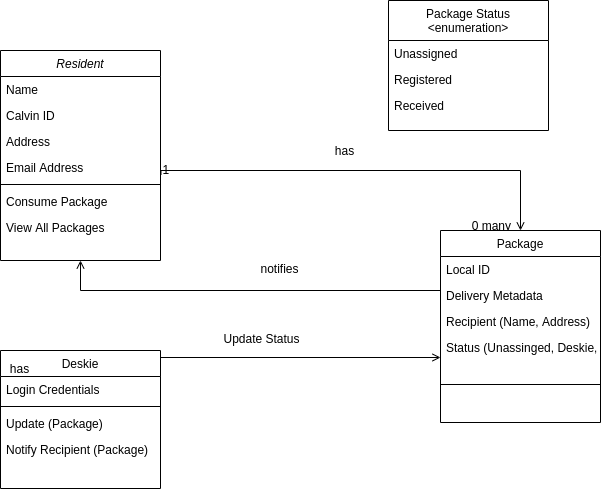
This is images/DomainModel.png from calvin-cs262-fall2020-teamA/Project, a draw.io export, as it was before one commit. Source tidied: cells renumbered, new cells last; positions are measured from the earlier drawing's top-left corner, leaving out a move shared by most shapes.
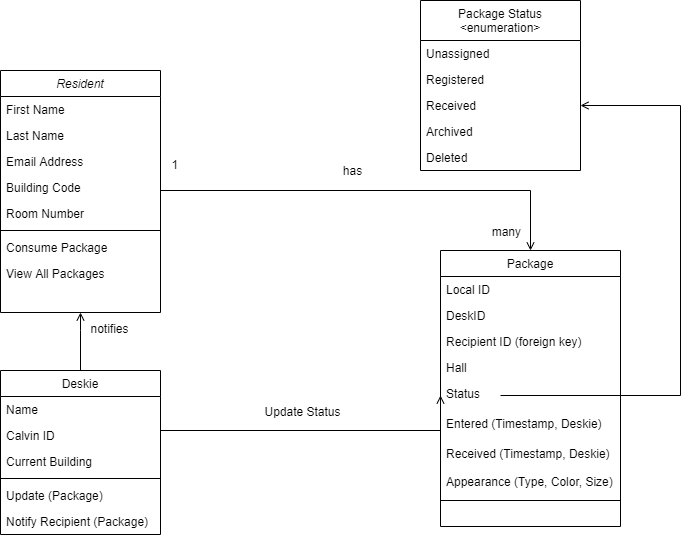
The same file after the commit.

Commit message:
update UML diagram

The edit, as a diff of the source:
```diff
@@ -2,9 +2,10 @@
   <root>
     <mxCell id="0" />
     <mxCell id="1" parent="0" />
-    <mxCell id="2" style="endArrow=open;shadow=0;strokeWidth=1;rounded=0;endFill=1;edgeStyle=elbowEdgeStyle;elbow=vertical;exitX=1;exitY=0.5;exitDx=0;exitDy=0;entryX=0;entryY=0.5;entryDx=0;entryDy=0;" parent="1" edge="1" source="21" target="16">
+    <mxCell id="2" style="endArrow=open;shadow=0;strokeWidth=1;rounded=0;endFill=1;edgeStyle=elbowEdgeStyle;elbow=vertical;exitX=1;exitY=0.5;exitDx=0;exitDy=0;entryX=0;entryY=0.5;entryDx=0;entryDy=0;" parent="1" edge="1" source="41" target="16">
       <mxGeometry x="0.5" y="41" relative="1" as="geometry">
         <Array as="points">
+          <mxPoint x="220" y="410" />
           <mxPoint x="340" y="357" />
           <mxPoint x="270" y="300" />
           <mxPoint x="330" y="300" />
@@ -18,7 +19,7 @@
       </mxGeometry>
     </mxCell>
     <mxCell id="4" value="Package Status&#10;&lt;enumeration&gt;" style="swimlane;fontStyle=0;align=center;verticalAlign=top;horizontal=1;startSize=40;rounded=0;shadow=0;strokeWidth=1;" parent="1" vertex="1">
-      <mxGeometry x="388" width="160" height="130" as="geometry" />
+      <mxGeometry x="420" y="-20" width="160" height="170" as="geometry" />
     </mxCell>
     <mxCell id="5" value="Unassigned" style="text;align=left;verticalAlign=top;spacingLeft=4;spacingRight=4;overflow=hidden;" parent="4" vertex="1">
       <mxGeometry y="40" width="160" height="26" as="geometry" />
@@ -29,7 +30,13 @@
     <mxCell id="7" value="Received" style="text;align=left;verticalAlign=top;spacingLeft=4;spacingRight=4;overflow=hidden;points=[[0,0.5],[1,0.5]];portConstraint=eastwest;rounded=0;shadow=0;html=0;" parent="4" vertex="1">
       <mxGeometry y="92" width="160" height="26" as="geometry" />
     </mxCell>
+    <mxCell id="34" value="Archived" style="text;align=left;verticalAlign=top;spacingLeft=4;spacingRight=4;overflow=hidden;rounded=0;shadow=0;html=0;" parent="4" vertex="1">
+      <mxGeometry y="118" width="160" height="26" as="geometry" />
+    </mxCell>
+    <mxCell id="35" value="Deleted" style="text;align=left;verticalAlign=top;spacingLeft=4;spacingRight=4;overflow=hidden;rounded=0;shadow=0;html=0;" parent="4" vertex="1">
+      <mxGeometry y="144" width="160" height="26" as="geometry" />
+    </mxCell>
-    <mxCell id="8" style="endArrow=open;shadow=0;strokeWidth=1;rounded=0;endFill=1;edgeStyle=elbowEdgeStyle;elbow=vertical;exitX=1.003;exitY=0.777;exitDx=0;exitDy=0;entryX=0.5;entryY=0;entryDx=0;entryDy=0;exitPerimeter=0;" parent="1" edge="1" source="27" target="12">
+    <mxCell id="8" style="endArrow=open;shadow=0;strokeWidth=1;rounded=0;endFill=1;edgeStyle=elbowEdgeStyle;elbow=vertical;exitX=1;exitY=0.5;exitDx=0;exitDy=0;entryX=0.5;entryY=0;entryDx=0;entryDy=0;" parent="1" edge="1" source="43" target="12">
       <mxGeometry x="0.5" y="41" relative="1" as="geometry">
         <Array as="points">
           <mxPoint x="340" y="170" />
@@ -39,12 +46,12 @@
     </mxCell>
     <mxCell id="9" value="1" style="align=left;verticalAlign=bottom;labelBackgroundColor=none;fontSize=12;" parent="8" vertex="1">
       <mxGeometry x="-1" relative="1" as="geometry">
-        <mxPoint y="4" as="offset" />
+        <mxPoint x="9.5" y="-14.2" as="offset" />
       </mxGeometry>
     </mxCell>
-    <mxCell id="10" value="0 many" style="align=right;verticalAlign=bottom;labelBackgroundColor=none;fontSize=12;" parent="8" vertex="1">
+    <mxCell id="10" value="many" style="align=right;verticalAlign=bottom;labelBackgroundColor=none;fontSize=12;" parent="8" vertex="1">
       <mxGeometry x="1" relative="1" as="geometry">
-        <mxPoint x="-8" y="4" as="offset" />
+        <mxPoint x="-8" y="-10.3" as="offset" />
       </mxGeometry>
     </mxCell>
     <mxCell id="11" value="has" style="text;html=1;align=center;verticalAlign=middle;labelBackgroundColor=none;rounded=0;shadow=0;strokeWidth=1;fontSize=12;" parent="8" vertex="1">
@@ -53,79 +60,106 @@
       </mxGeometry>
     </mxCell>
     <mxCell id="12" value="Package" style="swimlane;fontStyle=0;align=center;verticalAlign=top;horizontal=1;startSize=26;rounded=0;shadow=0;strokeWidth=1;" parent="1" vertex="1">
-      <mxGeometry x="440" y="230" width="160" height="192" as="geometry" />
+      <mxGeometry x="440" y="230" width="180" height="276" as="geometry" />
     </mxCell>
     <mxCell id="13" value="Local ID" style="text;align=left;verticalAlign=top;spacingLeft=4;spacingRight=4;overflow=hidden;" parent="12" vertex="1">
-      <mxGeometry y="26" width="160" height="26" as="geometry" />
+      <mxGeometry y="26" width="180" height="26" as="geometry" />
     </mxCell>
-    <mxCell id="14" value="Delivery Metadata" style="text;align=left;verticalAlign=top;spacingLeft=4;spacingRight=4;overflow=hidden;points=[[0,0.5],[1,0.5]];portConstraint=eastwest;rounded=0;shadow=0;html=0;" parent="12" vertex="1">
-      <mxGeometry y="52" width="160" height="26" as="geometry" />
-    </mxCell>
+    <mxCell id="36" value="DeskID" style="text;align=left;verticalAlign=top;spacingLeft=4;spacingRight=4;overflow=hidden;" parent="12" vertex="1">
+      <mxGeometry y="52" width="180" height="26" as="geometry" />
+    </mxCell>
-    <mxCell id="15" value="Recipient (Name, Address)" style="text;align=left;verticalAlign=top;spacingLeft=4;spacingRight=4;overflow=hidden;rounded=0;shadow=0;html=0;" parent="12" vertex="1">
-      <mxGeometry y="78" width="160" height="26" as="geometry" />
+    <mxCell id="15" value="Recipient ID (foreign key)" style="text;align=left;verticalAlign=top;spacingLeft=4;spacingRight=4;overflow=hidden;rounded=0;shadow=0;html=0;" parent="12" vertex="1">
+      <mxGeometry y="78" width="180" height="26" as="geometry" />
     </mxCell>
+    <mxCell id="37" value="Hall" style="text;align=left;verticalAlign=top;spacingLeft=4;spacingRight=4;overflow=hidden;rounded=0;shadow=0;html=0;" parent="12" vertex="1">
+      <mxGeometry y="104" width="180" height="26" as="geometry" />
+    </mxCell>
-    <mxCell id="16" value="Status (Unassinged, Deskie, Recipient)" style="text;align=left;verticalAlign=top;spacingLeft=4;spacingRight=4;overflow=hidden;points=[[0,0.5],[1,0.5]];portConstraint=eastwest;rounded=0;shadow=0;html=0;" parent="12" vertex="1">
-      <mxGeometry y="104" width="160" height="46" as="geometry" />
+    <mxCell id="16" value="Status" style="text;align=left;verticalAlign=top;spacingLeft=4;spacingRight=4;overflow=hidden;points=[[0,0.5],[1,0.5]];portConstraint=eastwest;rounded=0;shadow=0;html=0;" parent="12" vertex="1">
+      <mxGeometry y="130" width="180" height="30" as="geometry" />
     </mxCell>
+    <mxCell id="38" value="Entered (Timestamp, Deskie)" style="text;align=left;verticalAlign=top;spacingLeft=4;spacingRight=4;overflow=hidden;rounded=0;shadow=0;html=0;" parent="12" vertex="1">
+      <mxGeometry y="160" width="180" height="30" as="geometry" />
+    </mxCell>
+    <mxCell id="39" value="Received (Timestamp, Deskie)" style="text;align=left;verticalAlign=top;spacingLeft=4;spacingRight=4;overflow=hidden;rounded=0;shadow=0;html=0;" parent="12" vertex="1">
+      <mxGeometry y="190" width="180" height="28" as="geometry" />
+    </mxCell>
+    <mxCell id="40" value="Appearance (Type, Color, Size)" style="text;align=left;verticalAlign=top;spacingLeft=4;spacingRight=4;overflow=hidden;rounded=0;shadow=0;html=0;" parent="12" vertex="1">
+      <mxGeometry y="218" width="180" height="28" as="geometry" />
+    </mxCell>
     <mxCell id="17" style="line;html=1;strokeWidth=1;align=left;verticalAlign=middle;spacingTop=-1;spacingLeft=3;spacingRight=3;labelPosition=right;" parent="12" vertex="1">
-      <mxGeometry y="150" width="160" height="8" as="geometry" />
+      <mxGeometry y="246" width="180" height="8" as="geometry" />
     </mxCell>
     <mxCell id="18" value="Deskie" style="swimlane;fontStyle=0;align=center;verticalAlign=top;horizontal=1;startSize=26;rounded=0;shadow=0;strokeWidth=1;" parent="1" vertex="1">
-      <mxGeometry y="350" width="160" height="138" as="geometry" />
+      <mxGeometry y="350" width="160" height="164" as="geometry" />
     </mxCell>
-    <mxCell id="19" value="Login Credentials" style="text;align=left;verticalAlign=top;spacingLeft=4;spacingRight=4;overflow=hidden;" parent="18" vertex="1">
+    <mxCell id="19" value="Name" style="text;align=left;verticalAlign=top;spacingLeft=4;spacingRight=4;overflow=hidden;" parent="18" vertex="1">
       <mxGeometry y="26" width="160" height="26" as="geometry" />
     </mxCell>
+    <mxCell id="41" value="Calvin ID" style="text;align=left;verticalAlign=top;spacingLeft=4;spacingRight=4;overflow=hidden;points=[[0,0.5],[1,0.5]];portConstraint=eastwest;" parent="18" vertex="1">
+      <mxGeometry y="52" width="160" height="26" as="geometry" />
+    </mxCell>
+    <mxCell id="42" value="Current Building" style="text;align=left;verticalAlign=top;spacingLeft=4;spacingRight=4;overflow=hidden;" parent="18" vertex="1">
+      <mxGeometry y="78" width="160" height="26" as="geometry" />
+    </mxCell>
     <mxCell id="20" style="line;html=1;strokeWidth=1;align=left;verticalAlign=middle;spacingTop=-1;spacingLeft=3;spacingRight=3;labelPosition=right;" parent="18" vertex="1">
-      <mxGeometry y="52" width="160" height="8" as="geometry" />
+      <mxGeometry y="104" width="160" height="8" as="geometry" />
     </mxCell>
     <mxCell id="21" value="Update (Package)" style="text;align=left;verticalAlign=top;spacingLeft=4;spacingRight=4;overflow=hidden;points=[[0,0.5],[1,0.5]];portConstraint=eastwest;" parent="18" vertex="1">
-      <mxGeometry y="60" width="160" height="26" as="geometry" />
+      <mxGeometry y="112" width="160" height="26" as="geometry" />
     </mxCell>
     <mxCell id="22" value="Notify Recipient (Package)" style="text;align=left;verticalAlign=top;spacingLeft=4;spacingRight=4;overflow=hidden;" parent="18" vertex="1">
-      <mxGeometry y="86" width="160" height="26" as="geometry" />
+      <mxGeometry y="138" width="160" height="26" as="geometry" />
     </mxCell>
     <mxCell id="23" value="Resident" style="swimlane;fontStyle=2;align=center;verticalAlign=top;horizontal=1;startSize=26;rounded=0;shadow=0;strokeWidth=1;" parent="1" vertex="1">
-      <mxGeometry y="50" width="160" height="210" as="geometry" />
+      <mxGeometry y="50" width="160" height="242" as="geometry" />
     </mxCell>
-    <mxCell id="24" value="Name" style="text;align=left;verticalAlign=top;spacingLeft=4;spacingRight=4;overflow=hidden;" parent="23" vertex="1">
+    <mxCell id="24" value="First Name" style="text;align=left;verticalAlign=top;spacingLeft=4;spacingRight=4;overflow=hidden;" parent="23" vertex="1">
       <mxGeometry y="26" width="160" height="26" as="geometry" />
     </mxCell>
-    <mxCell id="25" value="Calvin ID" style="text;align=left;verticalAlign=top;spacingLeft=4;spacingRight=4;overflow=hidden;rounded=0;shadow=0;html=0;" parent="23" vertex="1">
+    <mxCell id="25" value="Last Name" style="text;align=left;verticalAlign=top;spacingLeft=4;spacingRight=4;overflow=hidden;rounded=0;shadow=0;html=0;" parent="23" vertex="1">
       <mxGeometry y="52" width="160" height="26" as="geometry" />
     </mxCell>
-    <mxCell id="26" value="Address" style="text;align=left;verticalAlign=top;spacingLeft=4;spacingRight=4;overflow=hidden;rounded=0;shadow=0;html=0;" parent="23" vertex="1">
+    <mxCell id="26" value="Email Address" style="text;align=left;verticalAlign=top;spacingLeft=4;spacingRight=4;overflow=hidden;rounded=0;shadow=0;html=0;" parent="23" vertex="1">
       <mxGeometry y="78" width="160" height="26" as="geometry" />
     </mxCell>
+    <mxCell id="43" value="Building Code" style="text;align=left;verticalAlign=top;spacingLeft=4;spacingRight=4;overflow=hidden;points=[[0,0.5],[1,0.5]];portConstraint=eastwest;rounded=0;shadow=0;html=0;" parent="23" vertex="1">
+      <mxGeometry y="104" width="160" height="26" as="geometry" />
+    </mxCell>
-    <mxCell id="27" value="Email Address" style="text;align=left;verticalAlign=top;spacingLeft=4;spacingRight=4;overflow=hidden;points=[[0,0.5],[1,0.5]];portConstraint=eastwest;rounded=0;shadow=0;html=0;" parent="23" vertex="1">
-      <mxGeometry y="104" width="160" height="26" as="geometry" />
+    <mxCell id="27" value="Room Number" style="text;align=left;verticalAlign=top;spacingLeft=4;spacingRight=4;overflow=hidden;points=[[0,0.5],[1,0.5]];portConstraint=eastwest;rounded=0;shadow=0;html=0;" parent="23" vertex="1">
+      <mxGeometry y="130" width="160" height="26" as="geometry" />
     </mxCell>
     <mxCell id="28" style="line;html=1;strokeWidth=1;align=left;verticalAlign=middle;spacingTop=-1;spacingLeft=3;spacingRight=3;labelPosition=right;" parent="23" vertex="1">
-      <mxGeometry y="130" width="160" height="8" as="geometry" />
+      <mxGeometry y="156" width="160" height="8" as="geometry" />
     </mxCell>
     <mxCell id="29" value="Consume Package" style="text;align=left;verticalAlign=top;spacingLeft=4;spacingRight=4;overflow=hidden;rounded=0;shadow=0;html=0;" parent="23" vertex="1">
-      <mxGeometry y="138" width="160" height="26" as="geometry" />
+      <mxGeometry y="164" width="160" height="26" as="geometry" />
     </mxCell>
     <mxCell id="30" value="View All Packages" style="text;align=left;verticalAlign=top;spacingLeft=4;spacingRight=4;overflow=hidden;rounded=0;shadow=0;html=0;" parent="23" vertex="1">
-      <mxGeometry y="164" width="160" height="26" as="geometry" />
+      <mxGeometry y="190" width="160" height="26" as="geometry" />
     </mxCell>
-    <mxCell id="31" style="endArrow=open;shadow=0;strokeWidth=1;rounded=0;endFill=1;edgeStyle=elbowEdgeStyle;elbow=vertical;entryX=0.5;entryY=1;entryDx=0;entryDy=0;exitX=0;exitY=0.5;exitDx=0;exitDy=0;" parent="1" edge="1" source="14" target="23">
+    <mxCell id="31" style="endArrow=open;shadow=0;strokeWidth=1;rounded=0;endFill=1;edgeStyle=elbowEdgeStyle;elbow=vertical;entryX=0.5;entryY=1;entryDx=0;entryDy=0;exitX=0.5;exitY=0;exitDx=0;exitDy=0;" parent="1" edge="1" source="18" target="23">
       <mxGeometry x="0.5" y="41" relative="1" as="geometry">
         <Array as="points">
-          <mxPoint x="290" y="290" />
+          <mxPoint x="90" y="310" />
         </Array>
         <mxPoint x="-40" y="32" as="offset" />
       </mxGeometry>
     </mxCell>
-    <mxCell id="32" value="has" style="text;html=1;align=center;verticalAlign=middle;labelBackgroundColor=none;rounded=0;shadow=0;strokeWidth=1;fontSize=12;" parent="31" vertex="1">
-      <mxGeometry x="0.5" y="49" relative="1" as="geometry">
-        <mxPoint x="-130.9" y="28" as="offset" />
-      </mxGeometry>
-    </mxCell>
     <mxCell id="33" value="notifies" style="text;html=1;align=center;verticalAlign=middle;labelBackgroundColor=none;rounded=0;shadow=0;strokeWidth=1;fontSize=12;" parent="1" vertex="1">
-      <mxGeometry x="270" y="260" as="geometry">
+      <mxGeometry x="100" y="300" as="geometry">
         <mxPoint x="9" y="7" as="offset" />
       </mxGeometry>
     </mxCell>
+    <mxCell id="44" style="endArrow=open;shadow=0;strokeWidth=1;rounded=0;endFill=1;edgeStyle=orthogonalEdgeStyle;elbow=vertical;entryX=1;entryY=0.5;entryDx=0;entryDy=0;" parent="1" edge="1" target="7">
+      <mxGeometry x="0.5" y="41" relative="1" as="geometry">
+        <mxPoint x="500" y="375" as="sourcePoint" />
+        <Array as="points">
+          <mxPoint x="500" y="375" />
+          <mxPoint x="680" y="375" />
+          <mxPoint x="680" y="85" />
+        </Array>
+        <mxPoint x="-40" y="32" as="offset" />
+      </mxGeometry>
+    </mxCell>
   </root>
 </mxGraphModel>
```
